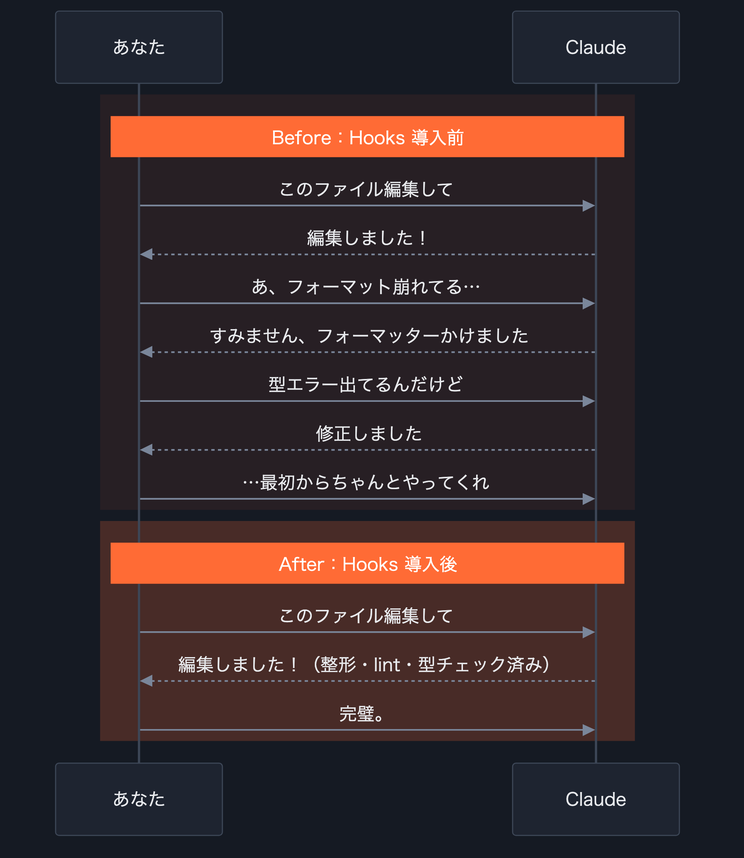
The Mermaid diagram slide/_assets/01_claude-code/S12.png in takuma39/ai, before a commit. Its source is kept beside it as slide/_assets/01_claude-code/S12.mmd. Its diagram source:
```mermaid
sequenceDiagram
    participant U as あなた
    participant C as Claude
    rect rgba(255,107,53,0.08)
    Note over U,C: Before：Hooks 導入前
    U->>C: このファイル編集して
    C-->>U: 編集しました！
    U->>C: あ、フォーマット崩れてる…
    C-->>U: すみません、フォーマッターかけました
    U->>C: 型エラー出てるんだけど
    C-->>U: 修正しました
    U->>C: …最初からちゃんとやってくれ
    end
    rect rgba(255,107,53,0.22)
    Note over U,C: After：Hooks 導入後
    U->>C: このファイル編集して
    C-->>U: 編集しました！（整形・lint・型チェック済み）
    U->>C: 完璧。
    end
```
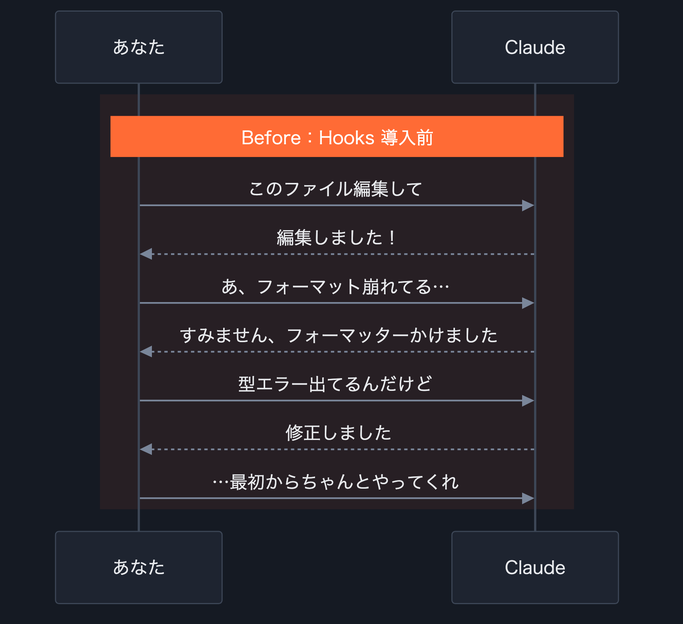
Later version of the same file.

Diff of the diagram source:
```diff
@@ -11,9 +11,3 @@
     C-->>U: 修正しました
     U->>C: …最初からちゃんとやってくれ
     end
-    rect rgba(255,107,53,0.22)
-    Note over U,C: After：Hooks 導入後
-    U->>C: このファイル編集して
-    C-->>U: 編集しました！（整形・lint・型チェック済み）
-    U->>C: 完璧。
-    end
```
